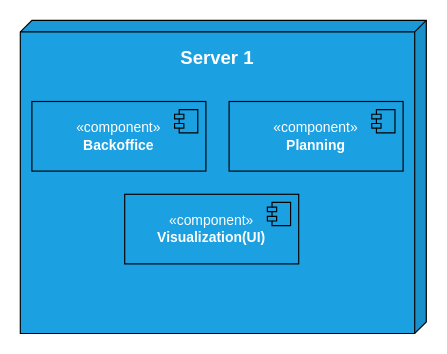
Above: docs/sprint-1/team-decisions/views/physical-view/physical-vl2.drawio in rita-barbosa/LAPR5-2425 (draw.io), before the change. Source tidied: cells renumbered, new cells numbered last; positions are measured from the earlier drawing's top-left corner, leaving out a move shared by most shapes. Both pictures are drawn from the tidied source at 116%, with x=0, y=0 at pixel (20, 20).
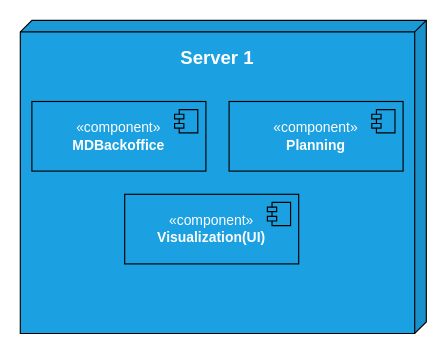
Above is the later version.

What changed in the source:
```diff
@@
 <mxGraphModel>
   <root>
     <mxCell id="0" />
     <mxCell id="1" parent="0" />
     <mxCell id="2" value="&lt;b&gt;&lt;font style=&quot;font-size: 16px;&quot;&gt;Server 1&lt;/font&gt;&lt;/b&gt;&lt;div&gt;&lt;b&gt;&lt;br&gt;&lt;/b&gt;&lt;/div&gt;&lt;div&gt;&lt;b&gt;&lt;br&gt;&lt;/b&gt;&lt;/div&gt;&lt;div&gt;&lt;b&gt;&lt;br&gt;&lt;/b&gt;&lt;/div&gt;&lt;div&gt;&lt;b&gt;&lt;br&gt;&lt;/b&gt;&lt;/div&gt;&lt;div&gt;&lt;b&gt;&lt;br&gt;&lt;/b&gt;&lt;/div&gt;&lt;div&gt;&lt;b&gt;&lt;br&gt;&lt;/b&gt;&lt;/div&gt;&lt;div&gt;&lt;b&gt;&lt;br&gt;&lt;/b&gt;&lt;/div&gt;&lt;div&gt;&lt;b&gt;&lt;br&gt;&lt;/b&gt;&lt;/div&gt;&lt;div style=&quot;&quot;&gt;&lt;b&gt;&lt;br&gt;&lt;/b&gt;&lt;/div&gt;&lt;div style=&quot;&quot;&gt;&lt;b&gt;&lt;br&gt;&lt;/b&gt;&lt;/div&gt;&lt;div style=&quot;&quot;&gt;&lt;b&gt;&lt;br&gt;&lt;/b&gt;&lt;/div&gt;&lt;div style=&quot;&quot;&gt;&lt;b&gt;&lt;br&gt;&lt;/b&gt;&lt;/div&gt;&lt;div style=&quot;&quot;&gt;&lt;b&gt;&lt;br&gt;&lt;/b&gt;&lt;/div&gt;&lt;div style=&quot;&quot;&gt;&lt;b&gt;&lt;br&gt;&lt;/b&gt;&lt;/div&gt;&lt;div style=&quot;&quot;&gt;&lt;b&gt;&lt;br&gt;&lt;/b&gt;&lt;/div&gt;" style="shape=cube;whiteSpace=wrap;html=1;boundedLbl=1;backgroundOutline=1;darkOpacity=0.05;darkOpacity2=0.1;size=10;rotation=0;shadow=0;flipV=0;flipH=1;fillColor=#1ba1e2;fontColor=#ffffff;strokeColor=#000000;" parent="1" vertex="1">
       <mxGeometry width="350" height="270" as="geometry" />
     </mxCell>
-    <mxCell id="3" value="«component»&lt;br&gt;&lt;b&gt;Backoffice&lt;/b&gt;" style="html=1;whiteSpace=wrap;fillColor=#1ba1e2;fontColor=#ffffff;strokeColor=#000000;" parent="1" vertex="1">
+    <mxCell id="3" value="«component»&lt;br&gt;&lt;b&gt;MDBackoffice&lt;/b&gt;" style="html=1;whiteSpace=wrap;fillColor=#1ba1e2;fontColor=#ffffff;strokeColor=#000000;" parent="1" vertex="1">
       <mxGeometry x="10" y="70" width="150" height="60" as="geometry" />
     </mxCell>
     <mxCell id="4" style="shape=module;jettyWidth=8;jettyHeight=4;fillColor=#1ba1e2;fontColor=#ffffff;strokeColor=#000000;" parent="3" vertex="1">
       <mxGeometry x="1" width="20" height="20" relative="1" as="geometry">
         <mxPoint x="-27" y="7" as="offset" />
       </mxGeometry>
     </mxCell>
     <mxCell id="5" value="«component»&lt;br&gt;&lt;b&gt;Visualization(UI)&lt;/b&gt;" style="html=1;whiteSpace=wrap;fillColor=#1ba1e2;fontColor=#ffffff;strokeColor=#000000;" parent="1" vertex="1">
       <mxGeometry x="90" y="150" width="150" height="60" as="geometry" />
     </mxCell>
     <mxCell id="6" style="shape=module;jettyWidth=8;jettyHeight=4;fillColor=#1ba1e2;fontColor=#ffffff;strokeColor=#000000;" parent="5" vertex="1">
       <mxGeometry x="1" width="20" height="20" relative="1" as="geometry">
         <mxPoint x="-27" y="7" as="offset" />
       </mxGeometry>
     </mxCell>
     <mxCell id="7" value="«component»&lt;br&gt;&lt;b&gt;Planning&lt;/b&gt;" style="html=1;whiteSpace=wrap;fillColor=#1ba1e2;fontColor=#ffffff;strokeColor=#000000;" parent="1" vertex="1">
       <mxGeometry x="180" y="70" width="150" height="60" as="geometry" />
     </mxCell>
     <mxCell id="8" style="shape=module;jettyWidth=8;jettyHeight=4;fillColor=#1ba1e2;fontColor=#ffffff;strokeColor=#000000;" parent="7" vertex="1">
       <mxGeometry x="1" width="20" height="20" relative="1" as="geometry">
         <mxPoint x="-27" y="7" as="offset" />
       </mxGeometry>
     </mxCell>
   </root>
 </mxGraphModel>
```
